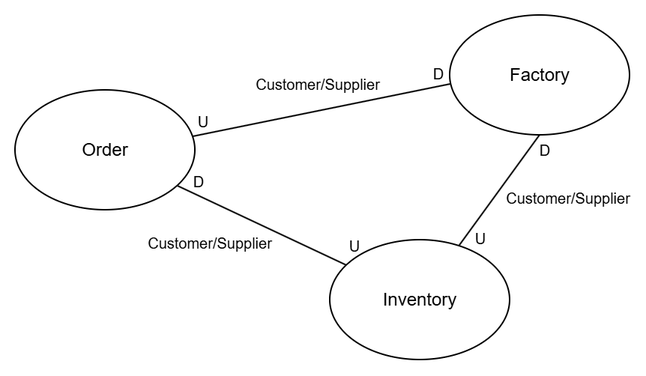
Before: doc/images/contextmap.png, a diagram exported from draw.io (ielpo/edpo-project-group1). Source tidied: cells renumbered, new cells last; positions are measured from the earlier drawing's top-left corner, leaving out a move shared by most shapes. Source of this version:
```xml
<mxGraphModel>
  <root>
    <mxCell id="0" />
    <mxCell id="1" parent="0" />
    <mxCell id="2" style="rounded=0;jettySize=auto;html=1;exitX=0.902;exitY=0.799;exitDx=0;exitDy=0;exitPerimeter=0;endArrow=none;endFill=0;fontColor=#000000;strokeColor=default;" parent="1" edge="1" source="5" target="6">
      <mxGeometry relative="1" as="geometry" />
    </mxCell>
    <mxCell id="3" value="D" style="edgeLabel;html=1;align=center;verticalAlign=middle;fontColor=#000000;fontSize=10;" parent="2" vertex="1">
      <mxGeometry x="-0.34" y="1" relative="1" as="geometry">
        <mxPoint x="-24" y="-20" as="offset" />
      </mxGeometry>
    </mxCell>
    <mxCell id="4" value="U" style="edgeLabel;html=1;align=center;verticalAlign=middle;fontColor=#000000;fontSize=10;" parent="2" vertex="1">
      <mxGeometry x="0.65" y="1" relative="1" as="geometry">
        <mxPoint x="24" y="-3" as="offset" />
      </mxGeometry>
    </mxCell>
    <mxCell id="5" value="Order" style="ellipse;whiteSpace=wrap;html=1;fontColor=#000000;strokeColor=default;" parent="1" vertex="1">
      <mxGeometry y="50" width="120" height="80" as="geometry" />
    </mxCell>
    <mxCell id="6" value="Inventory" style="ellipse;whiteSpace=wrap;html=1;fontColor=#000000;strokeColor=#000000;" parent="1" vertex="1">
      <mxGeometry x="210" y="150" width="120" height="80" as="geometry" />
    </mxCell>
    <mxCell id="7" value="Factory" style="ellipse;whiteSpace=wrap;html=1;" parent="1" vertex="1">
      <mxGeometry x="290" width="120" height="80" as="geometry" />
    </mxCell>
    <mxCell id="8" value="Customer/Supplier" style="text;html=1;whiteSpace=wrap;strokeColor=none;fillColor=none;align=center;verticalAlign=middle;rounded=0;fontColor=default;fontSize=10;" parent="1" vertex="1">
      <mxGeometry x="100" y="137" width="60" height="30" as="geometry" />
    </mxCell>
    <mxCell id="9" style="rounded=0;jettySize=auto;html=1;exitX=0.99;exitY=0.387;exitDx=0;exitDy=0;endArrow=none;endFill=0;exitPerimeter=0;entryX=0.007;entryY=0.574;entryDx=0;entryDy=0;entryPerimeter=0;" parent="1" edge="1" source="5" target="7">
      <mxGeometry relative="1" as="geometry" />
    </mxCell>
    <mxCell id="10" value="D" style="edgeLabel;html=1;align=center;verticalAlign=middle;fontSize=10;" parent="9" vertex="1">
      <mxGeometry x="-0.74" y="-1" relative="1" as="geometry">
        <mxPoint x="141" y="-39" as="offset" />
      </mxGeometry>
    </mxCell>
    <mxCell id="11" value="U" style="edgeLabel;html=1;align=center;verticalAlign=middle;fontSize=10;" parent="9" vertex="1">
      <mxGeometry x="0.62" y="1" relative="1" as="geometry">
        <mxPoint x="-133" y="19" as="offset" />
      </mxGeometry>
    </mxCell>
    <mxCell id="12" value="Customer/Supplier" style="text;html=1;whiteSpace=wrap;strokeColor=none;fillColor=none;align=center;verticalAlign=middle;rounded=0;fontColor=default;fontSize=10;" parent="1" vertex="1">
      <mxGeometry x="172" y="31" width="60" height="30" as="geometry" />
    </mxCell>
    <mxCell id="13" style="rounded=0;jettySize=auto;html=1;exitX=0.5;exitY=1;exitDx=0;exitDy=0;endArrow=none;endFill=0;fontColor=#000000;strokeColor=default;" parent="1" edge="1" source="7" target="6">
      <mxGeometry relative="1" as="geometry" />
    </mxCell>
    <mxCell id="14" value="D" style="edgeLabel;html=1;align=center;verticalAlign=middle;fontColor=#000000;fontSize=10;" parent="13" vertex="1">
      <mxGeometry x="-0.34" y="1" relative="1" as="geometry">
        <mxPoint x="20" y="-15" as="offset" />
      </mxGeometry>
    </mxCell>
    <mxCell id="15" value="U" style="edgeLabel;html=1;align=center;verticalAlign=middle;fontColor=#000000;fontSize=10;" parent="13" vertex="1">
      <mxGeometry x="0.65" y="1" relative="1" as="geometry">
        <mxPoint x="3" y="7" as="offset" />
      </mxGeometry>
    </mxCell>
    <mxCell id="16" value="Customer/Supplier" style="text;html=1;whiteSpace=wrap;strokeColor=none;fillColor=none;align=center;verticalAlign=middle;rounded=0;fontColor=default;fontSize=10;" parent="1" vertex="1">
      <mxGeometry x="339" y="107" width="60" height="30" as="geometry" />
    </mxCell>
  </root>
</mxGraphModel>
```
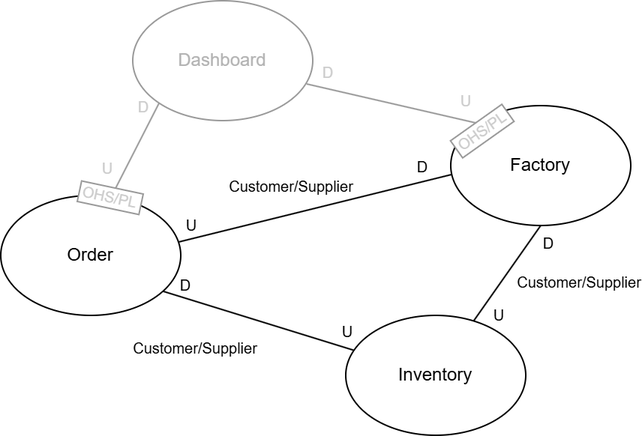
The same diagram one commit later.

Commit message:
Updated context map

Change to the diagram source:
```diff
@@ -7,22 +7,22 @@
     </mxCell>
     <mxCell id="3" value="D" style="edgeLabel;html=1;align=center;verticalAlign=middle;fontColor=#000000;fontSize=10;" parent="2" vertex="1">
       <mxGeometry x="-0.34" y="1" relative="1" as="geometry">
-        <mxPoint x="-24" y="-20" as="offset" />
+        <mxPoint x="-28" y="-16" as="offset" />
       </mxGeometry>
     </mxCell>
     <mxCell id="4" value="U" style="edgeLabel;html=1;align=center;verticalAlign=middle;fontColor=#000000;fontSize=10;" parent="2" vertex="1">
       <mxGeometry x="0.65" y="1" relative="1" as="geometry">
-        <mxPoint x="24" y="-3" as="offset" />
+        <mxPoint x="17" y="-5" as="offset" />
       </mxGeometry>
     </mxCell>
     <mxCell id="5" value="Order" style="ellipse;whiteSpace=wrap;html=1;fontColor=#000000;strokeColor=default;" parent="1" vertex="1">
       <mxGeometry y="50" width="120" height="80" as="geometry" />
     </mxCell>
     <mxCell id="6" value="Inventory" style="ellipse;whiteSpace=wrap;html=1;fontColor=#000000;strokeColor=#000000;" parent="1" vertex="1">
-      <mxGeometry x="210" y="150" width="120" height="80" as="geometry" />
+      <mxGeometry x="230" y="130" width="120" height="80" as="geometry" />
     </mxCell>
     <mxCell id="7" value="Factory" style="ellipse;whiteSpace=wrap;html=1;" parent="1" vertex="1">
-      <mxGeometry x="290" width="120" height="80" as="geometry" />
+      <mxGeometry x="300" y="-10" width="120" height="80" as="geometry" />
     </mxCell>
     <mxCell id="8" value="Customer/Supplier" style="text;html=1;whiteSpace=wrap;strokeColor=none;fillColor=none;align=center;verticalAlign=middle;rounded=0;fontColor=default;fontSize=10;" parent="1" vertex="1">
       <mxGeometry x="100" y="137" width="60" height="30" as="geometry" />
@@ -32,32 +32,67 @@
     </mxCell>
     <mxCell id="10" value="D" style="edgeLabel;html=1;align=center;verticalAlign=middle;fontSize=10;" parent="9" vertex="1">
       <mxGeometry x="-0.74" y="-1" relative="1" as="geometry">
-        <mxPoint x="141" y="-39" as="offset" />
+        <mxPoint x="138" y="-45" as="offset" />
       </mxGeometry>
     </mxCell>
     <mxCell id="11" value="U" style="edgeLabel;html=1;align=center;verticalAlign=middle;fontSize=10;" parent="9" vertex="1">
       <mxGeometry x="0.62" y="1" relative="1" as="geometry">
-        <mxPoint x="-133" y="19" as="offset" />
+        <mxPoint x="-139" y="26" as="offset" />
       </mxGeometry>
     </mxCell>
     <mxCell id="12" value="Customer/Supplier" style="text;html=1;whiteSpace=wrap;strokeColor=none;fillColor=none;align=center;verticalAlign=middle;rounded=0;fontColor=default;fontSize=10;" parent="1" vertex="1">
-      <mxGeometry x="172" y="31" width="60" height="30" as="geometry" />
+      <mxGeometry x="164" y="29" width="60" height="30" as="geometry" />
     </mxCell>
     <mxCell id="13" style="rounded=0;jettySize=auto;html=1;exitX=0.5;exitY=1;exitDx=0;exitDy=0;endArrow=none;endFill=0;fontColor=#000000;strokeColor=default;" parent="1" edge="1" source="7" target="6">
       <mxGeometry relative="1" as="geometry" />
     </mxCell>
     <mxCell id="14" value="D" style="edgeLabel;html=1;align=center;verticalAlign=middle;fontColor=#000000;fontSize=10;" parent="13" vertex="1">
       <mxGeometry x="-0.34" y="1" relative="1" as="geometry">
-        <mxPoint x="20" y="-15" as="offset" />
+        <mxPoint x="19" y="-10" as="offset" />
       </mxGeometry>
     </mxCell>
     <mxCell id="15" value="U" style="edgeLabel;html=1;align=center;verticalAlign=middle;fontColor=#000000;fontSize=10;" parent="13" vertex="1">
       <mxGeometry x="0.65" y="1" relative="1" as="geometry">
-        <mxPoint x="3" y="7" as="offset" />
+        <mxPoint x="8" y="6" as="offset" />
       </mxGeometry>
     </mxCell>
     <mxCell id="16" value="Customer/Supplier" style="text;html=1;whiteSpace=wrap;strokeColor=none;fillColor=none;align=center;verticalAlign=middle;rounded=0;fontColor=default;fontSize=10;" parent="1" vertex="1">
-      <mxGeometry x="339" y="107" width="60" height="30" as="geometry" />
+      <mxGeometry x="356" y="93" width="60" height="30" as="geometry" />
     </mxCell>
+    <mxCell id="17" value="Dashboard" style="ellipse;whiteSpace=wrap;html=1;fontColor=#B3B3B3;strokeColor=#999999;" parent="1" vertex="1">
+      <mxGeometry x="88" y="-80" width="120" height="80" as="geometry" />
+    </mxCell>
+    <mxCell id="18" style="rounded=0;jettySize=auto;html=1;exitX=0.966;exitY=0.694;exitDx=0;exitDy=0;endArrow=none;endFill=0;exitPerimeter=0;entryX=0;entryY=0;entryDx=0;entryDy=0;strokeColor=#999999;" parent="1" edge="1" source="17" target="7">
+      <mxGeometry relative="1" as="geometry" />
+    </mxCell>
+    <mxCell id="19" value="D" style="edgeLabel;html=1;align=center;verticalAlign=middle;fontSize=10;labelBackgroundColor=default;fontColor=#CCCCCC;strokeColor=#999999;" parent="18" vertex="1">
+      <mxGeometry x="-0.74" y="-1" relative="1" as="geometry">
+        <mxPoint x="-1" y="-12" as="offset" />
+      </mxGeometry>
+    </mxCell>
+    <mxCell id="20" value="U" style="edgeLabel;html=1;align=center;verticalAlign=middle;fontSize=10;labelBackgroundColor=default;fontColor=#CCCCCC;strokeColor=#999999;" parent="18" vertex="1">
+      <mxGeometry x="0.62" y="1" relative="1" as="geometry">
+        <mxPoint x="14" y="-9" as="offset" />
+      </mxGeometry>
+    </mxCell>
+    <mxCell id="21" style="rounded=0;jettySize=auto;html=1;exitX=0.617;exitY=0.001;exitDx=0;exitDy=0;endArrow=none;endFill=0;exitPerimeter=0;entryX=0;entryY=1;entryDx=0;entryDy=0;strokeColor=#999999;" parent="1" edge="1" source="5" target="17">
+      <mxGeometry relative="1" as="geometry" />
+    </mxCell>
+    <mxCell id="22" value="D" style="edgeLabel;html=1;align=center;verticalAlign=middle;fontSize=10;labelBackgroundColor=default;fontColor=#CCCCCC;strokeColor=#999999;" parent="21" vertex="1">
+      <mxGeometry x="-0.74" y="-1" relative="1" as="geometry">
+        <mxPoint x="16" y="-52" as="offset" />
+      </mxGeometry>
+    </mxCell>
+    <mxCell id="23" value="U" style="edgeLabel;html=1;align=center;verticalAlign=middle;fontSize=10;labelBackgroundColor=default;fontColor=#CCCCCC;strokeColor=#999999;" parent="21" vertex="1">
+      <mxGeometry x="0.62" y="1" relative="1" as="geometry">
+        <mxPoint x="-28" y="32" as="offset" />
+      </mxGeometry>
+    </mxCell>
+    <mxCell id="24" value="&lt;font style=&quot;font-size: 10px;&quot;&gt;OHS/PL&lt;/font&gt;" style="rounded=0;whiteSpace=wrap;html=1;rotation=12;strokeColor=#999999;labelBackgroundColor=none;fontColor=#CCCCCC;" parent="1" vertex="1">
+      <mxGeometry x="52" y="44.5" width="42" height="14" as="geometry" />
+    </mxCell>
+    <mxCell id="25" value="&lt;font style=&quot;font-size: 10px;&quot;&gt;OHS/PL&lt;/font&gt;" style="rounded=0;whiteSpace=wrap;html=1;rotation=-35.4;strokeColor=#999999;labelBackgroundColor=none;fontColor=#CCCCCC;" parent="1" vertex="1">
+      <mxGeometry x="300" width="42" height="14" as="geometry" />
+    </mxCell>
   </root>
 </mxGraphModel>
```
